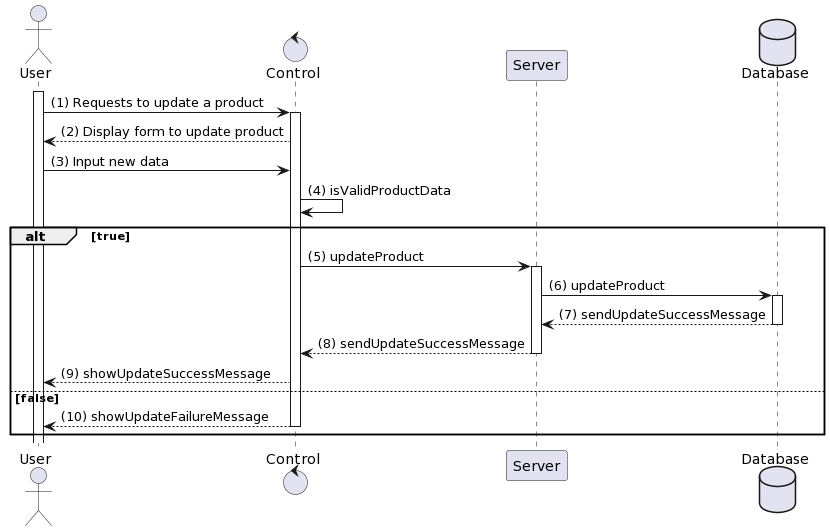
This is Lab 1/Lab 1.2/sequence_diagram/product_management/update_product.png from H1eu69/SE357-Pratice-class, a PlantUML export, as it was before one commit. Its diagram source:
```plantuml
@startuml
actor User
control "Control" as C
participant "Server" as S
database Database

activate User
User -> C: (1) Requests to update a product
activate C
C --> User: (2) Display form to update product
User -> C: (3) Input new data
C -> C: (4) isValidProductData
alt true
    C -> S: (5) updateProduct
    activate S
    S -> Database: (6) updateProduct
    activate Database
    Database --> S: (7) sendUpdateSuccessMessage
    deactivate Database
    S --> C: (8) sendUpdateSuccessMessage
    deactivate S
    C --> User: (9) showUpdateSuccessMessage
else false
    C --> User: (10) showUpdateFailureMessage
    deactivate C
end
@enduml
```
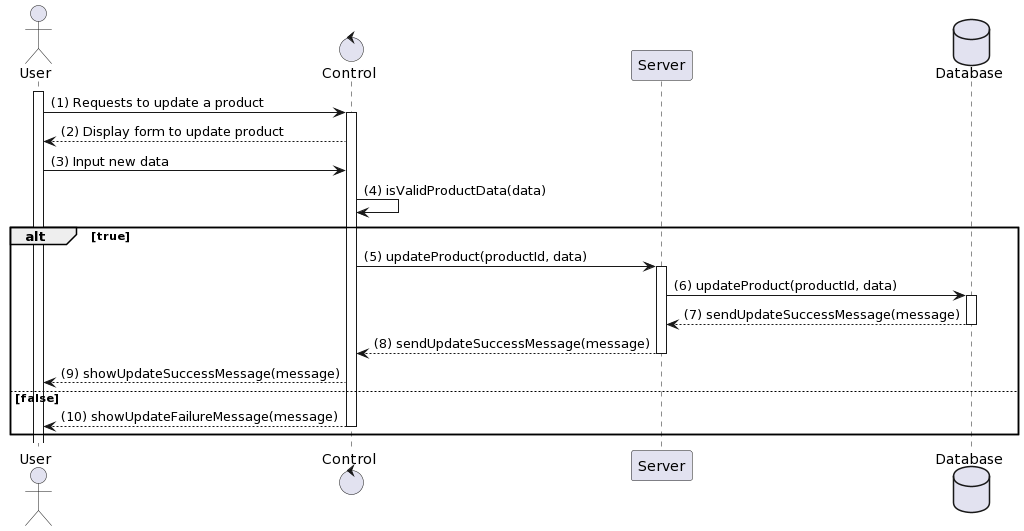
After the change.

Diff of the diagram source:
```diff
@@ -9,19 +9,19 @@
 activate C
 C --> User: (2) Display form to update product
 User -> C: (3) Input new data
-C -> C: (4) isValidProductData
+C -> C: (4) isValidProductData(data)
 alt true
-    C -> S: (5) updateProduct
+    C -> S: (5) updateProduct(productId, data)
     activate S
-    S -> Database: (6) updateProduct
+    S -> Database: (6) updateProduct(productId, data)
     activate Database
-    Database --> S: (7) sendUpdateSuccessMessage
+    Database --> S: (7) sendUpdateSuccessMessage(message)
     deactivate Database
-    S --> C: (8) sendUpdateSuccessMessage
+    S --> C: (8) sendUpdateSuccessMessage(message)
     deactivate S
-    C --> User: (9) showUpdateSuccessMessage
+    C --> User: (9) showUpdateSuccessMessage(message)
 else false
-    C --> User: (10) showUpdateFailureMessage
+    C --> User: (10) showUpdateFailureMessage(message)
     deactivate C
 end
 @enduml
```
